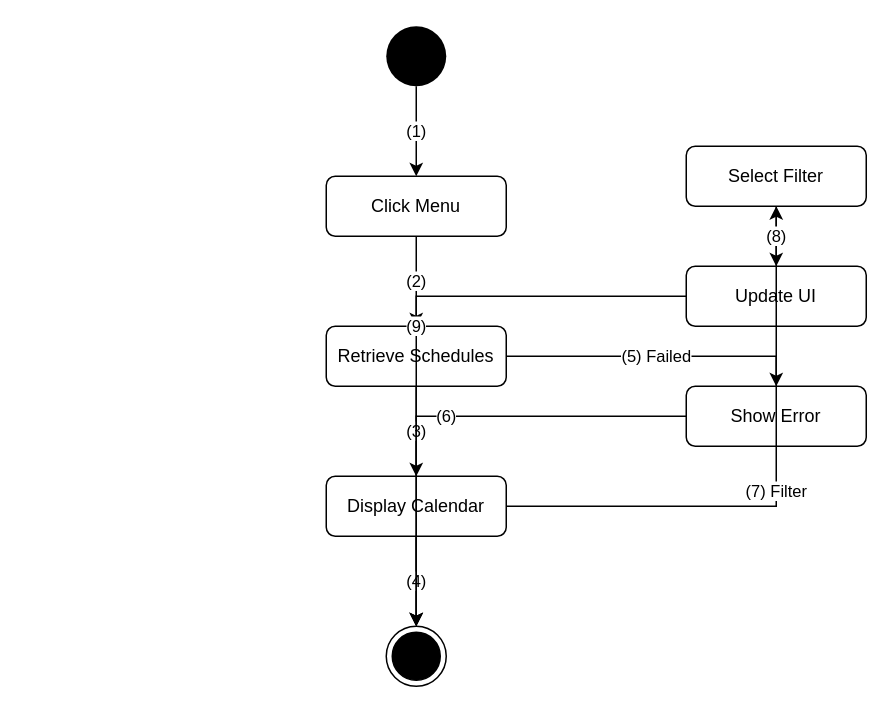
Before: activity_flow/uc42_activity_flow.drawio in kingDlight/UEIMS_Project, a draw.io diagram. Source tidied: cells renumbered, new cells numbered last; positions are measured from the earlier drawing's top-left corner, leaving out a move shared by most shapes. Both pictures are drawn from the tidied source at 150%, with x=0, y=0 at pixel (326, 26).
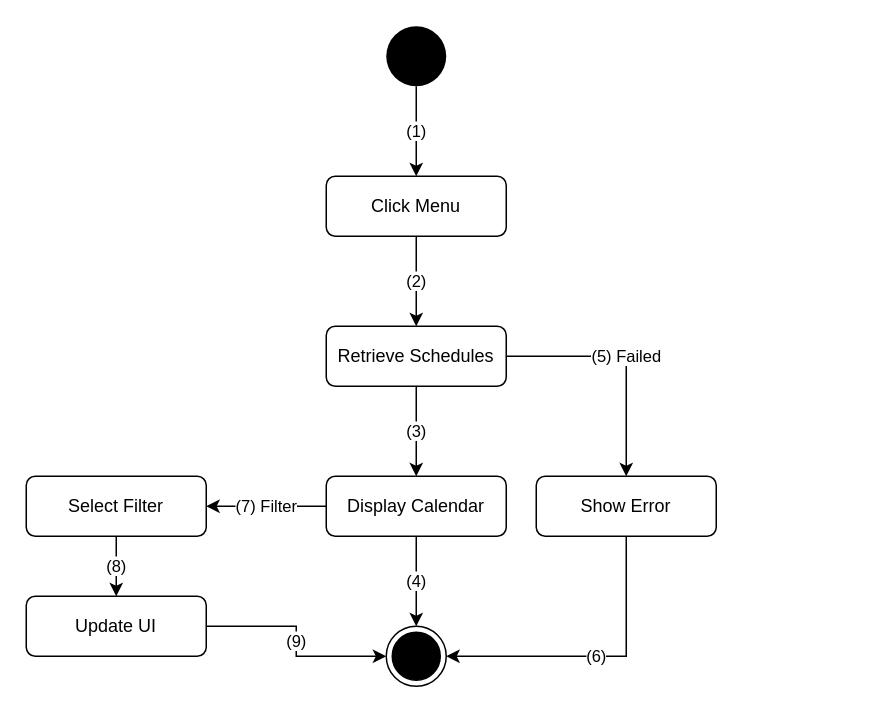
The same page after the edit.

The edit, as a diff of the source:
```diff
@@
 <mxGraphModel>
   <root>
     <mxCell id="0" />
     <mxCell id="1" parent="0" />
     <mxCell id="2" style="ellipse;whiteSpace=wrap;html=1;fillColor=#000000;strokeColor=none;" parent="1" vertex="1">
       <mxGeometry x="40" width="40" height="40" as="geometry" />
     </mxCell>
     <mxCell id="3" value="Click Menu" style="rounded=1;whiteSpace=wrap;html=1;" parent="1" vertex="1">
       <mxGeometry y="100" width="120" height="40" as="geometry" />
     </mxCell>
     <mxCell id="4" value="Retrieve Schedules" style="rounded=1;whiteSpace=wrap;html=1;" parent="1" vertex="1">
       <mxGeometry y="200" width="120" height="40" as="geometry" />
     </mxCell>
     <mxCell id="5" value="Display Calendar" style="rounded=1;whiteSpace=wrap;html=1;" parent="1" vertex="1">
       <mxGeometry y="300" width="120" height="40" as="geometry" />
     </mxCell>
     <mxCell id="6" style="ellipse;html=1;shape=endState;fillColor=#000000;strokeColor=#000000;" parent="1" vertex="1">
       <mxGeometry x="40" y="400" width="40" height="40" as="geometry" />
     </mxCell>
     <mxCell id="7" value="Select Filter" style="rounded=1;whiteSpace=wrap;html=1;" parent="1" vertex="1">
-      <mxGeometry x="240" y="80" width="120" height="40" as="geometry" />
+      <mxGeometry x="-200" y="300" width="120" height="40" as="geometry" />
     </mxCell>
     <mxCell id="8" value="Update UI" style="rounded=1;whiteSpace=wrap;html=1;" parent="1" vertex="1">
-      <mxGeometry x="240" y="160" width="120" height="40" as="geometry" />
+      <mxGeometry x="-200" y="380" width="120" height="40" as="geometry" />
     </mxCell>
     <mxCell id="9" value="Show Error" style="rounded=1;whiteSpace=wrap;html=1;" parent="1" vertex="1">
-      <mxGeometry x="240" y="240" width="120" height="40" as="geometry" />
+      <mxGeometry x="140" y="300" width="120" height="40" as="geometry" />
     </mxCell>
     <mxCell id="10" value="(1)" style="edgeStyle=orthogonalEdgeStyle;rounded=0;html=1;exitX=0.5;exitY=1;entryX=0.5;entryY=0;" parent="1" edge="1" source="2" target="3">
       <mxGeometry relative="1" as="geometry" />
     </mxCell>
     <mxCell id="11" value="(2)" style="edgeStyle=orthogonalEdgeStyle;rounded=0;html=1;exitX=0.5;exitY=1;entryX=0.5;entryY=0;" parent="1" edge="1" source="3" target="4">
       <mxGeometry relative="1" as="geometry" />
     </mxCell>
     <mxCell id="12" value="(3)" style="edgeStyle=orthogonalEdgeStyle;rounded=0;html=1;exitX=0.5;exitY=1;entryX=0.5;entryY=0;" parent="1" edge="1" source="4" target="5">
       <mxGeometry relative="1" as="geometry" />
     </mxCell>
     <mxCell id="13" value="(4)" style="edgeStyle=orthogonalEdgeStyle;rounded=0;html=1;exitX=0.5;exitY=1;entryX=0.5;entryY=0;" parent="1" edge="1" source="5" target="6">
       <mxGeometry relative="1" as="geometry" />
     </mxCell>
-    <mxCell id="14" value="(7) Filter" style="edgeStyle=orthogonalEdgeStyle;rounded=0;html=1;exitX=1;exitY=0.5;entryX=0.5;entryY=1;" parent="1" edge="1" source="5" target="7">
+    <mxCell id="14" value="(7) Filter" style="edgeStyle=orthogonalEdgeStyle;rounded=0;html=1;exitX=0;exitY=0.5;entryX=1;entryY=0.5;entryDx=0;entryDy=0;exitDx=0;exitDy=0;" parent="1" edge="1" source="5" target="7">
       <mxGeometry relative="1" as="geometry" />
     </mxCell>
     <mxCell id="15" value="(8)" style="edgeStyle=orthogonalEdgeStyle;rounded=0;html=1;exitX=0.5;exitY=1;entryX=0.5;entryY=0;" parent="1" edge="1" source="7" target="8">
       <mxGeometry relative="1" as="geometry" />
     </mxCell>
-    <mxCell id="16" value="(9)" style="edgeStyle=orthogonalEdgeStyle;rounded=0;html=1;exitX=0;exitY=0.5;entryX=0.5;entryY=0;" parent="1" edge="1" source="8" target="6">
+    <mxCell id="16" value="(9)" style="edgeStyle=orthogonalEdgeStyle;rounded=0;html=1;exitX=1;exitY=0.5;entryX=0;entryY=0.5;entryDx=0;entryDy=0;exitDx=0;exitDy=0;" parent="1" edge="1" source="8" target="6">
       <mxGeometry relative="1" as="geometry" />
     </mxCell>
     <mxCell id="17" value="(5) Failed" style="edgeStyle=orthogonalEdgeStyle;rounded=0;html=1;exitX=1;exitY=0.5;entryX=0.5;entryY=0;" parent="1" edge="1" source="4" target="9">
       <mxGeometry relative="1" as="geometry" />
     </mxCell>
-    <mxCell id="18" value="(6)" style="edgeStyle=orthogonalEdgeStyle;rounded=0;html=1;exitX=0;exitY=0.5;entryX=0.5;entryY=0;" parent="1" edge="1" source="9" target="6">
+    <mxCell id="18" value="(6)" style="edgeStyle=orthogonalEdgeStyle;rounded=0;html=1;exitX=0.5;exitY=1;entryX=1;entryY=0.5;entryDx=0;entryDy=0;exitDx=0;exitDy=0;" parent="1" edge="1" source="9" target="6">
       <mxGeometry relative="1" as="geometry" />
     </mxCell>
   </root>
 </mxGraphModel>
```
